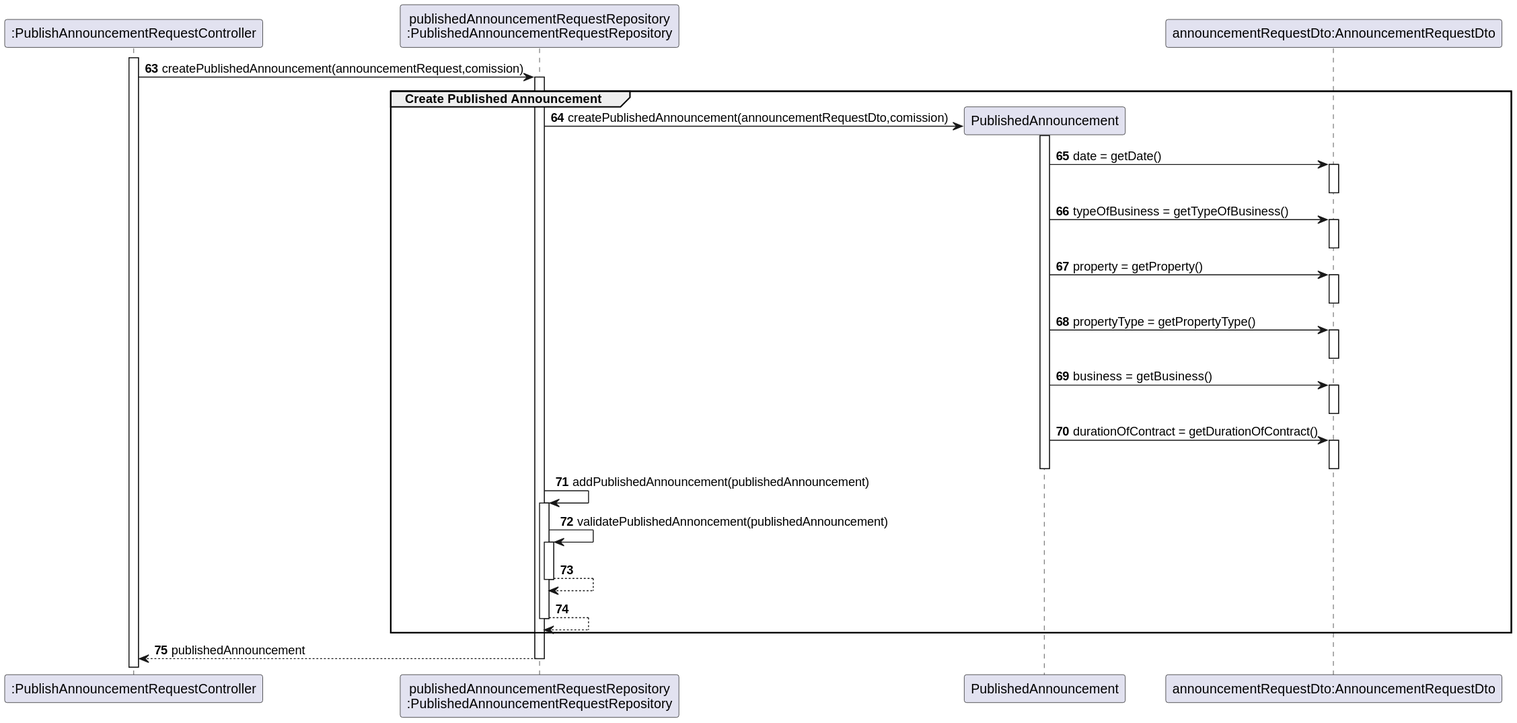
Earlier version of the PlantUML export docs/sprintC/US08/03.design/svg/us08-sequence-diagram-partial-createPublishedAnnouncement.svg (PureNimble/ISEP-LAPR2).
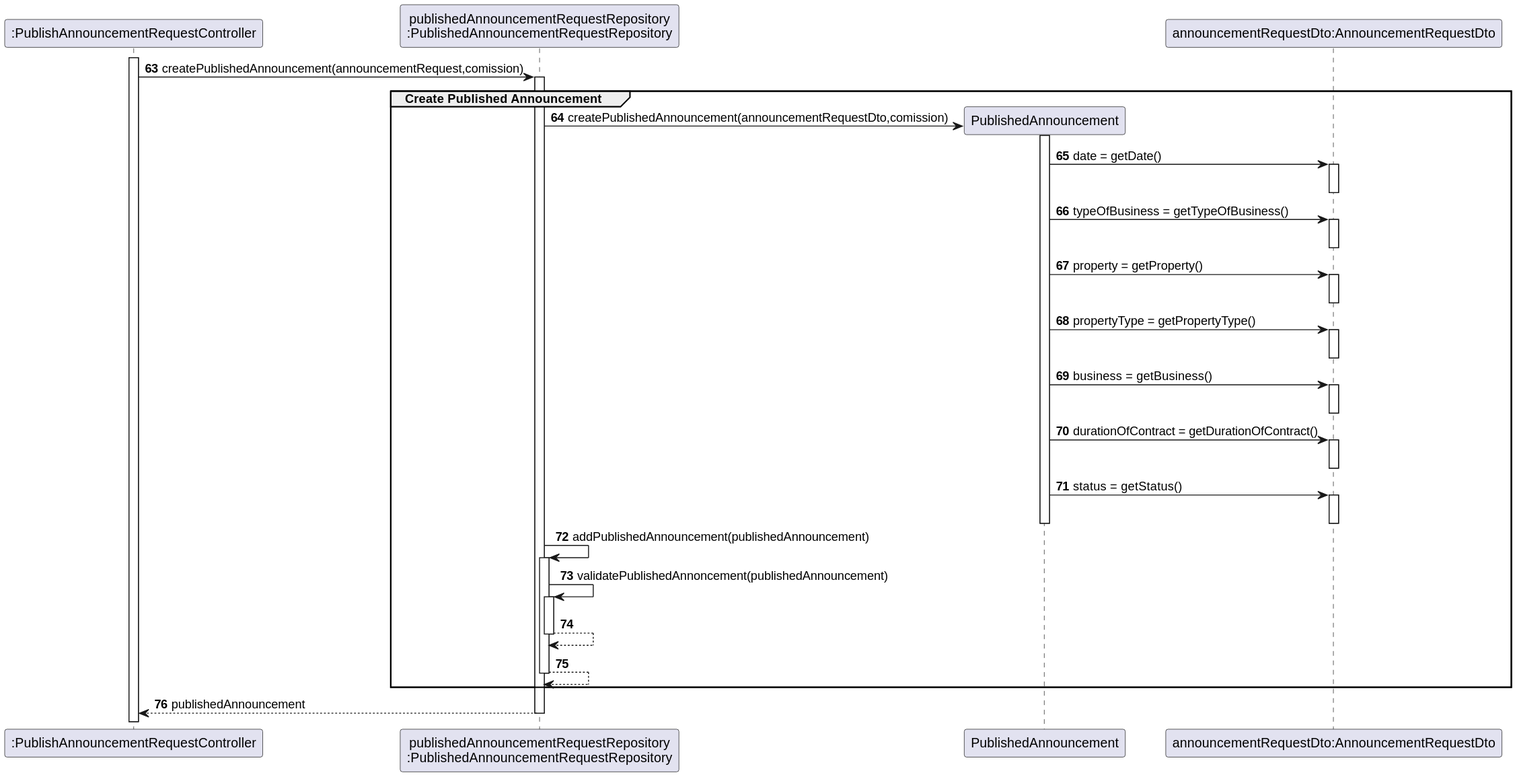
The same file after the commit.

The edit, as a diff of the source:
```diff
@@ -37,6 +37,9 @@
              activate AnnouncementRequestDto
              deactivate AnnouncementRequestDto
 
+PublishedAnnouncement -> AnnouncementRequestDto:status = getStatus()
+             activate AnnouncementRequestDto
+             deactivate AnnouncementRequestDto
 
 deactivate PublishedAnnouncement
 
```
